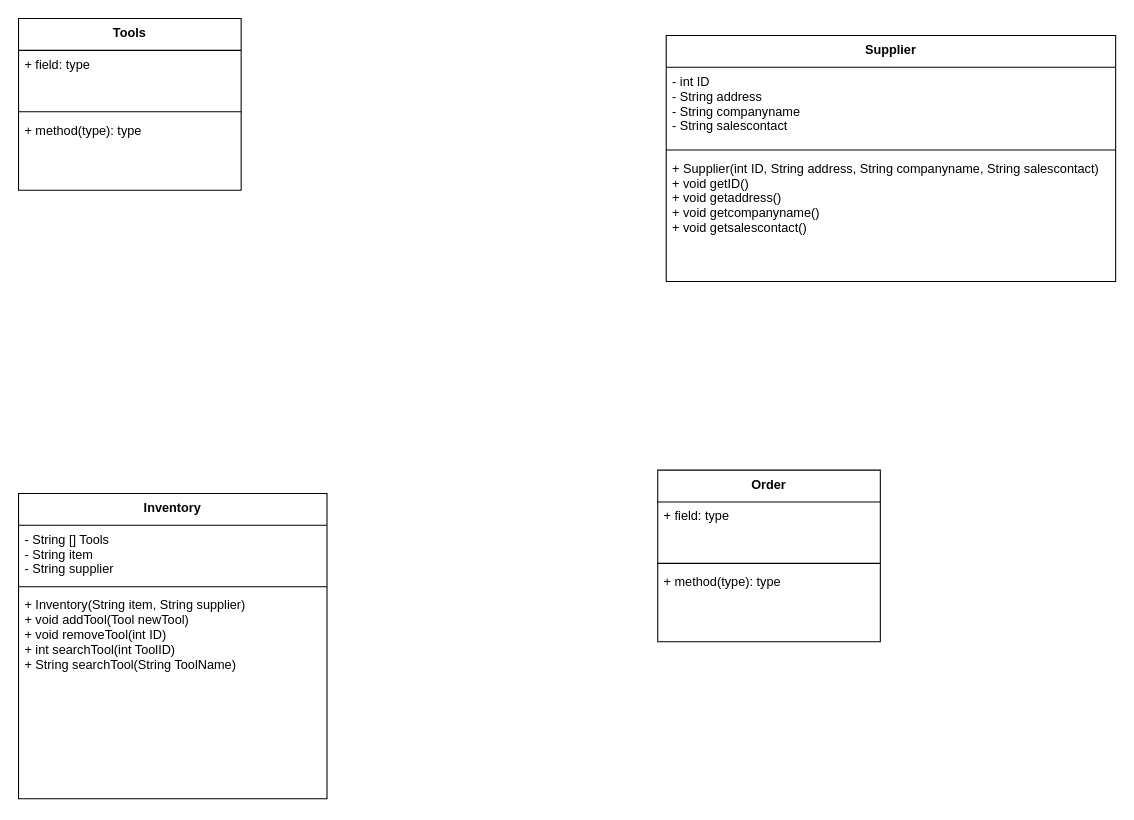
Above: Lab 2/Exercise 3/Exercise 3.drawio in nachacin/ENSF-409-Projects (draw.io), before the change. Source tidied: cells renumbered, new cells numbered last; positions are measured from the earlier drawing's top-left corner, leaving out a move shared by most shapes. Both pictures are drawn from the tidied source at 106%, with x=0, y=0 at pixel (18, 18).
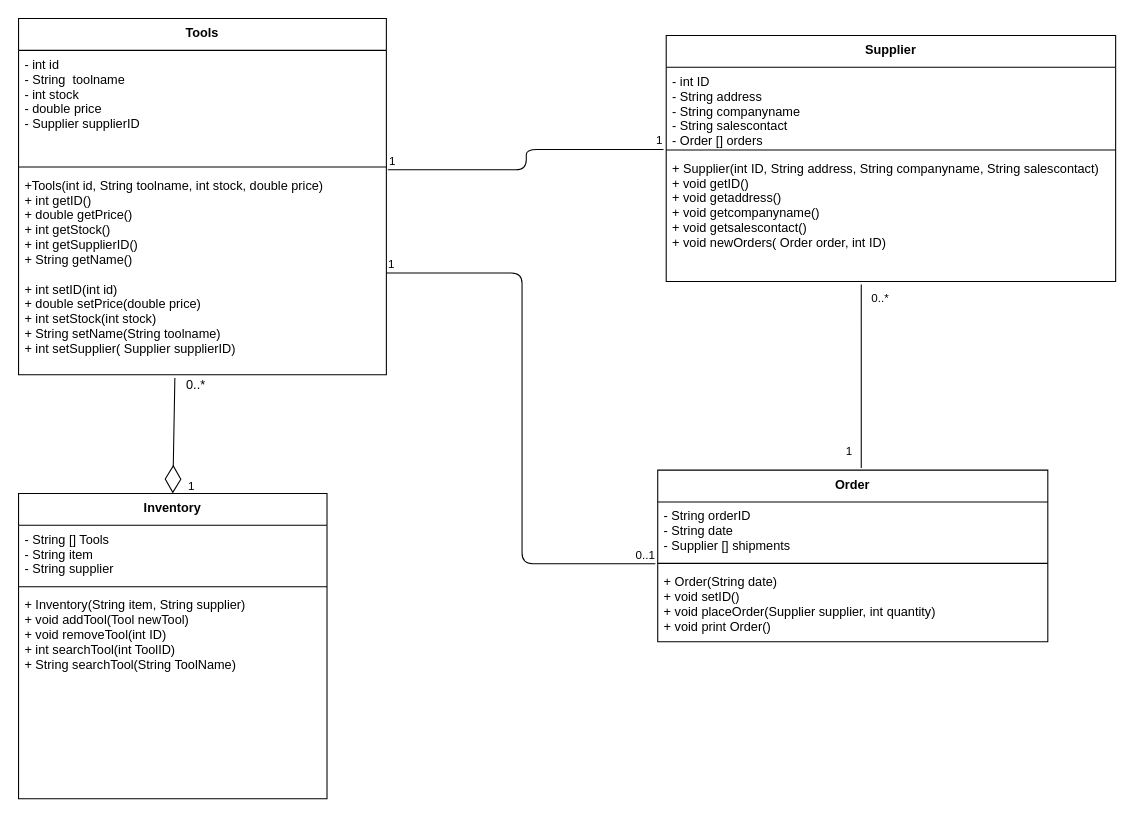
The same diagram, later.

Unchanged cells that the change refers to:
```xml
<mxCell id="6" value="Supplier" style="swimlane;fontStyle=1;align=center;verticalAlign=top;horizontal=1;startSize=30;" parent="1" vertex="1">
  <mxGeometry x="611" y="16" width="424" height="232" as="geometry" />
</mxCell>
<mxCell id="10" value="Inventory" style="swimlane;fontStyle=1;align=center;verticalAlign=top;horizontal=1;startSize=30;" parent="1" vertex="1">
  <mxGeometry y="448" width="291" height="288" as="geometry" />
</mxCell>
```

The edit, as a diff of the source:
```diff
@@
     <mxCell id="2" value="Tools" style="swimlane;fontStyle=1;align=center;verticalAlign=top;horizontal=1;startSize=30;" parent="1" vertex="1">
-      <mxGeometry width="210" height="162" as="geometry" />
+      <mxGeometry width="347" height="336" as="geometry" />
     </mxCell>
-    <mxCell id="3" value="+ field: type" style="text;strokeColor=none;fillColor=none;align=left;verticalAlign=top;spacingLeft=4;spacingRight=4;overflow=hidden;" parent="2" vertex="1">
-      <mxGeometry y="30" width="210" height="54" as="geometry" />
+    <mxCell id="3" value="- int id&#10;- String  toolname&#10;- int stock&#10;- double price&#10;- Supplier supplierID" style="text;strokeColor=none;fillColor=none;align=left;verticalAlign=top;spacingLeft=4;spacingRight=4;overflow=hidden;" parent="2" vertex="1">
+      <mxGeometry y="30" width="347" height="106" as="geometry" />
     </mxCell>
     <mxCell id="4" style="line;strokeWidth=1;fillColor=none;align=left;verticalAlign=middle;spacingTop=-1;spacingLeft=3;spacingRight=3;labelPosition=right;points=[];portConstraint=eastwest;" parent="2" vertex="1">
-      <mxGeometry y="84" width="210" height="8" as="geometry" />
+      <mxGeometry y="136" width="347" height="8" as="geometry" />
     </mxCell>
-    <mxCell id="5" value="+ method(type): type" style="text;strokeColor=none;fillColor=none;align=left;verticalAlign=top;spacingLeft=4;spacingRight=4;overflow=hidden;points=[[0,0.5],[1,0.5]];portConstraint=eastwest;" parent="2" vertex="1">
-      <mxGeometry y="92" width="210" height="70" as="geometry" />
+    <mxCell id="5" value="+Tools(int id, String toolname, int stock, double price)&#10;+ int getID()&#10;+ double getPrice()&#10;+ int getStock()&#10;+ int getSupplierID()&#10;+ String getName()&#10;&#10;+ int setID(int id)&#10;+ double setPrice(double price)&#10;+ int setStock(int stock)&#10;+ String setName(String toolname)&#10;+ int setSupplier( Supplier supplierID)" style="text;strokeColor=none;fillColor=none;align=left;verticalAlign=top;spacingLeft=4;spacingRight=4;overflow=hidden;points=[[0,0.5],[1,0.5]];portConstraint=eastwest;" parent="2" vertex="1">
+      <mxGeometry y="144" width="347" height="192" as="geometry" />
     </mxCell>
@@
-    <mxCell id="7" value="- int ID&#10;- String address&#10;- String companyname&#10;- String salescontact&#10;" style="text;strokeColor=none;fillColor=none;align=left;verticalAlign=top;spacingLeft=4;spacingRight=4;overflow=hidden;points=[[0,0.5],[1,0.5]];portConstraint=eastwest;" parent="6" vertex="1">
+    <mxCell id="7" value="- int ID&#10;- String address&#10;- String companyname&#10;- String salescontact&#10;- Order [] orders&#10;" style="text;strokeColor=none;fillColor=none;align=left;verticalAlign=top;spacingLeft=4;spacingRight=4;overflow=hidden;points=[[0,0.5],[1,0.5]];portConstraint=eastwest;" parent="6" vertex="1">
       <mxGeometry y="30" width="424" height="74" as="geometry" />
     </mxCell>
@@
-    <mxCell id="9" value="+ Supplier(int ID, String address, String companyname, String salescontact)&#10;+ void getID()&#10;+ void getaddress()&#10;+ void getcompanyname()&#10;+ void getsalescontact()&#10;&#10;&#10;" style="text;strokeColor=none;fillColor=none;align=left;verticalAlign=top;spacingLeft=4;spacingRight=4;overflow=hidden;points=[[0,0.5],[1,0.5]];portConstraint=eastwest;" parent="6" vertex="1">
+    <mxCell id="9" value="+ Supplier(int ID, String address, String companyname, String salescontact)&#10;+ void getID()&#10;+ void getaddress()&#10;+ void getcompanyname()&#10;+ void getsalescontact()&#10;+ void newOrders( Order order, int ID)" style="text;strokeColor=none;fillColor=none;align=left;verticalAlign=top;spacingLeft=4;spacingRight=4;overflow=hidden;points=[[0,0.5],[1,0.5]];portConstraint=eastwest;" parent="6" vertex="1">
       <mxGeometry y="112" width="424" height="120" as="geometry" />
     </mxCell>
@@
     <mxCell id="14" value="Order" style="swimlane;fontStyle=1;align=center;verticalAlign=top;horizontal=1;startSize=30;" parent="1" vertex="1">
-      <mxGeometry x="603" y="426" width="210" height="162" as="geometry" />
+      <mxGeometry x="603" y="426" width="368" height="162" as="geometry" />
     </mxCell>
-    <mxCell id="15" value="+ field: type" style="text;strokeColor=none;fillColor=none;align=left;verticalAlign=top;spacingLeft=4;spacingRight=4;overflow=hidden;points=[[0,0.5],[1,0.5]];portConstraint=eastwest;" parent="14" vertex="1">
-      <mxGeometry y="30" width="210" height="54" as="geometry" />
+    <mxCell id="15" value="- String orderID&#10;- String date&#10;- Supplier [] shipments&#10;" style="text;strokeColor=none;fillColor=none;align=left;verticalAlign=top;spacingLeft=4;spacingRight=4;overflow=hidden;points=[[0,0.5],[1,0.5]];portConstraint=eastwest;" parent="14" vertex="1">
+      <mxGeometry y="30" width="368" height="54" as="geometry" />
     </mxCell>
     <mxCell id="16" style="line;strokeWidth=1;fillColor=none;align=left;verticalAlign=middle;spacingTop=-1;spacingLeft=3;spacingRight=3;labelPosition=right;" parent="14" vertex="1">
-      <mxGeometry y="84" width="210" height="8" as="geometry" />
+      <mxGeometry y="84" width="368" height="8" as="geometry" />
     </mxCell>
-    <mxCell id="17" value="+ method(type): type" style="text;strokeColor=none;fillColor=none;align=left;verticalAlign=top;spacingLeft=4;spacingRight=4;overflow=hidden;" parent="14" vertex="1">
-      <mxGeometry y="92" width="210" height="70" as="geometry" />
+    <mxCell id="17" value="+ Order(String date)&#10;+ void setID()&#10;+ void placeOrder(Supplier supplier, int quantity)&#10;+ void print Order()" style="text;strokeColor=none;fillColor=none;align=left;verticalAlign=top;spacingLeft=4;spacingRight=4;overflow=hidden;" parent="14" vertex="1">
+      <mxGeometry y="92" width="368" height="70" as="geometry" />
     </mxCell>
+    <mxCell id="18" style="endArrow=diamondThin;endFill=0;endSize=24;html=1;entryX=0.5;entryY=0;entryDx=0;entryDy=0;exitX=0.425;exitY=1.016;exitDx=0;exitDy=0;exitPerimeter=0;" parent="1" edge="1" source="5" target="10">
+      <mxGeometry relative="1" as="geometry" />
+    </mxCell>
+    <mxCell id="19" value="1" style="edgeLabel;html=1;align=center;verticalAlign=middle;" parent="18" vertex="1">
+      <mxGeometry x="0.85" y="4" relative="1" as="geometry">
+        <mxPoint x="13" as="offset" />
+      </mxGeometry>
+    </mxCell>
+    <mxCell id="20" value="0..*&lt;br&gt;" style="text;html=1;align=center;verticalAlign=middle;strokeColor=none;" parent="1" vertex="1">
+      <mxGeometry x="151" y="334" width="32" height="24" as="geometry" />
+    </mxCell>
+    <mxCell id="21" style="endArrow=none;html=1;edgeStyle=orthogonalEdgeStyle;entryX=-0.006;entryY=1.08;entryDx=0;entryDy=0;entryPerimeter=0;" parent="1" edge="1" source="5" target="15">
+      <mxGeometry relative="1" as="geometry" />
+    </mxCell>
+    <mxCell id="22" value="1" style="edgeLabel;html=1;align=left;verticalAlign=bottom;" parent="21" vertex="1">
+      <mxGeometry x="-1" relative="1" as="geometry" />
+    </mxCell>
+    <mxCell id="23" value="0..1" style="edgeLabel;html=1;align=right;verticalAlign=bottom;" parent="21" vertex="1">
+      <mxGeometry x="1" relative="1" as="geometry" />
+    </mxCell>
+    <mxCell id="24" style="endArrow=none;html=1;edgeStyle=orthogonalEdgeStyle;exitX=1.004;exitY=0.833;exitDx=0;exitDy=0;exitPerimeter=0;entryX=-0.006;entryY=1.047;entryDx=0;entryDy=0;entryPerimeter=0;" parent="1" edge="1" source="4" target="7">
+      <mxGeometry relative="1" as="geometry" />
+    </mxCell>
+    <mxCell id="25" value="1" style="edgeLabel;html=1;align=left;verticalAlign=bottom;" parent="24" vertex="1">
+      <mxGeometry x="-1" relative="1" as="geometry" />
+    </mxCell>
+    <mxCell id="26" value="1" style="edgeLabel;html=1;align=right;verticalAlign=bottom;" parent="24" vertex="1">
+      <mxGeometry x="1" relative="1" as="geometry" />
+    </mxCell>
+    <mxCell id="27" style="endArrow=none;html=1;edgeStyle=orthogonalEdgeStyle;exitX=0.434;exitY=1.025;exitDx=0;exitDy=0;exitPerimeter=0;" parent="1" edge="1" source="9">
+      <mxGeometry relative="1" as="geometry">
+        <mxPoint x="795" y="424" as="targetPoint" />
+        <Array as="points">
+          <mxPoint x="795" y="296" />
+          <mxPoint x="795" y="296" />
+        </Array>
+      </mxGeometry>
+    </mxCell>
+    <mxCell id="28" value="0..*" style="edgeLabel;html=1;align=left;verticalAlign=bottom;" parent="27" vertex="1">
+      <mxGeometry x="-1" relative="1" as="geometry">
+        <mxPoint x="8" y="21" as="offset" />
+      </mxGeometry>
+    </mxCell>
+    <mxCell id="29" value="1" style="edgeLabel;html=1;align=right;verticalAlign=bottom;" parent="27" vertex="1">
+      <mxGeometry x="1" relative="1" as="geometry">
+        <mxPoint x="-8" y="-8" as="offset" />
+      </mxGeometry>
+    </mxCell>
```
